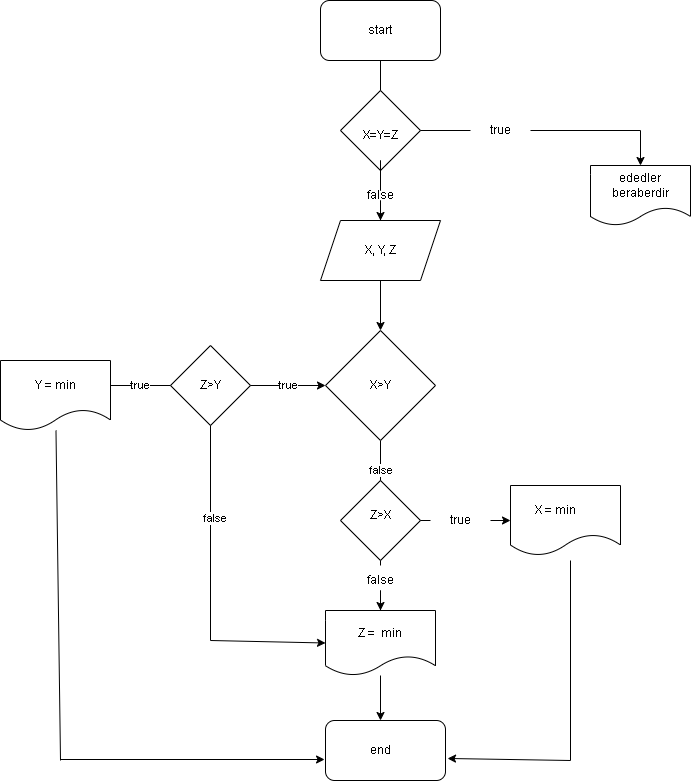
ellnara/hometask keeps this draw.io diagram as task2.png. Above is the earlier version. Source tidied: cells renumbered, new cells last; positions are measured from the earlier drawing's top-left corner, leaving out a move shared by most shapes.
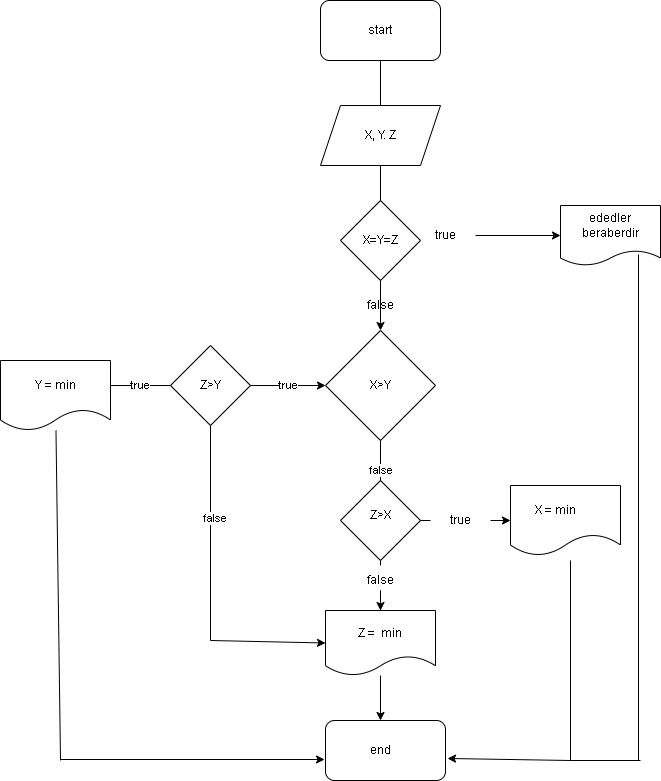
Later version of the same file.

The edit, as a diff of the source:
```diff
@@ -2,18 +2,12 @@
   <root>
     <mxCell id="0" />
     <mxCell id="1" parent="0" />
-    <mxCell id="2" style="edgeStyle=orthogonalEdgeStyle;rounded=0;jettySize=auto;html=1;startArrow=none;" parent="1" edge="1" source="35" target="5">
-      <mxGeometry relative="1" as="geometry" />
-    </mxCell>
     <mxCell id="3" style="rounded=1;whiteSpace=wrap;html=1;" parent="1" vertex="1">
       <mxGeometry x="320" width="120" height="60" as="geometry" />
     </mxCell>
-    <mxCell id="4" style="edgeStyle=orthogonalEdgeStyle;rounded=0;jettySize=auto;html=1;" parent="1" edge="1" source="5" target="7">
+    <mxCell id="4" style="edgeStyle=orthogonalEdgeStyle;rounded=0;jettySize=auto;html=1;startArrow=none;" parent="1" edge="1" source="32" target="7">
       <mxGeometry relative="1" as="geometry" />
     </mxCell>
-    <mxCell id="5" style="shape=parallelogram;perimeter=parallelogramPerimeter;whiteSpace=wrap;html=1;fixedSize=1;" parent="1" vertex="1">
-      <mxGeometry x="320" y="220" width="120" height="60" as="geometry" />
-    </mxCell>
     <mxCell id="6" value="false" style="edgeStyle=orthogonalEdgeStyle;rounded=0;jettySize=auto;html=1;" parent="1" edge="1" source="7" target="20">
       <mxGeometry relative="1" as="geometry" />
     </mxCell>
@@ -24,7 +18,7 @@
       <mxGeometry x="350" y="15" width="60" height="30" as="geometry" />
     </mxCell>
     <mxCell id="9" value="X, Y, Z" style="text;html=1;strokeColor=none;fillColor=none;align=center;verticalAlign=middle;whiteSpace=wrap;rounded=0;" parent="1" vertex="1">
-      <mxGeometry x="350" y="235" width="60" height="30" as="geometry" />
+      <mxGeometry x="350" y="105" width="60" height="30" as="geometry" />
     </mxCell>
     <mxCell id="10" value="X&amp;gt;Y" style="text;html=1;strokeColor=none;fillColor=none;align=center;verticalAlign=middle;whiteSpace=wrap;rounded=0;" parent="1" vertex="1">
       <mxGeometry x="350" y="370" width="60" height="30" as="geometry" />
@@ -89,32 +83,23 @@
     <mxCell id="26" style="edgeStyle=orthogonalEdgeStyle;rounded=0;jettySize=auto;html=1;startArrow=none;" parent="1" edge="1" source="30" target="28">
       <mxGeometry relative="1" as="geometry" />
     </mxCell>
-    <mxCell id="27" value="a=b=c" style="text;html=1;strokeColor=none;fillColor=none;align=center;verticalAlign=middle;whiteSpace=wrap;rounded=0;" parent="1" vertex="1">
-      <mxGeometry x="350" y="115" width="60" height="30" as="geometry" />
-    </mxCell>
-    <mxCell id="28" style="shape=document;whiteSpace=wrap;html=1;boundedLbl=1;" parent="1" vertex="1">
-      <mxGeometry x="590" y="165" width="100" height="60" as="geometry" />
+    <mxCell id="28" style="shape=document;whiteSpace=wrap;html=1;boundedLbl=1;size=0.25;" parent="1" vertex="1">
+      <mxGeometry x="560" y="205" width="100" height="60" as="geometry" />
     </mxCell>
     <mxCell id="29" value="ededler beraberdir" style="text;html=1;strokeColor=none;fillColor=none;align=center;verticalAlign=middle;whiteSpace=wrap;rounded=0;" parent="1" vertex="1">
-      <mxGeometry x="610" y="170" width="60" height="30" as="geometry" />
+      <mxGeometry x="580" y="210" width="60" height="30" as="geometry" />
     </mxCell>
     <mxCell id="30" value="true" style="text;html=1;strokeColor=none;fillColor=none;align=center;verticalAlign=middle;whiteSpace=wrap;rounded=0;" parent="1" vertex="1">
-      <mxGeometry x="470" y="115" width="60" height="30" as="geometry" />
+      <mxGeometry x="415" y="220" width="60" height="30" as="geometry" />
     </mxCell>
-    <mxCell id="31" style="edgeStyle=orthogonalEdgeStyle;rounded=0;jettySize=auto;html=1;endArrow=none;" parent="1" edge="1" source="27" target="30">
-      <mxGeometry relative="1" as="geometry" />
-    </mxCell>
-    <mxCell id="32" style="rhombus;whiteSpace=wrap;html=1;" parent="1" vertex="1">
-      <mxGeometry x="340" y="90" width="80" height="80" as="geometry" />
-    </mxCell>
     <mxCell id="33" style="edgeStyle=orthogonalEdgeStyle;rounded=0;jettySize=auto;html=1;endArrow=none;" parent="1" edge="1" source="3" target="32">
       <mxGeometry relative="1" as="geometry" />
     </mxCell>
     <mxCell id="34" value="X=Y=Z" style="text;html=1;strokeColor=none;fillColor=none;align=center;verticalAlign=middle;whiteSpace=wrap;rounded=0;" parent="1" vertex="1">
-      <mxGeometry x="350" y="120" width="60" height="30" as="geometry" />
+      <mxGeometry x="355" y="225" width="60" height="30" as="geometry" />
     </mxCell>
     <mxCell id="35" value="false" style="text;html=1;strokeColor=none;fillColor=none;align=center;verticalAlign=middle;whiteSpace=wrap;rounded=0;" parent="1" vertex="1">
-      <mxGeometry x="350" y="180" width="60" height="30" as="geometry" />
+      <mxGeometry x="350" y="290" width="60" height="30" as="geometry" />
     </mxCell>
     <mxCell id="36" style="edgeStyle=orthogonalEdgeStyle;rounded=0;jettySize=auto;html=1;startArrow=none;endArrow=none;" parent="1" edge="1" source="32" target="35">
       <mxGeometry relative="1" as="geometry" />
@@ -168,5 +153,25 @@
         <mxPoint x="60" y="760" as="sourcePoint" />
       </mxGeometry>
     </mxCell>
+    <mxCell id="32" style="rhombus;whiteSpace=wrap;html=1;" parent="1" vertex="1">
+      <mxGeometry x="340" y="200" width="80" height="80" as="geometry" />
+    </mxCell>
+    <mxCell id="49" value="X=Y=Z" style="text;html=1;strokeColor=none;fillColor=none;align=center;verticalAlign=middle;whiteSpace=wrap;rounded=0;" parent="1" vertex="1">
+      <mxGeometry x="350" y="225" width="60" height="30" as="geometry" />
+    </mxCell>
+    <mxCell id="50" value="X, Y. Z" style="shape=parallelogram;perimeter=parallelogramPerimeter;whiteSpace=wrap;html=1;fixedSize=1;" parent="1" vertex="1">
+      <mxGeometry x="320" y="105" width="120" height="60" as="geometry" />
+    </mxCell>
+    <mxCell id="51" style="endArrow=none;html=1;rounded=0;entryX=0.78;entryY=0.817;entryDx=0;entryDy=0;entryPerimeter=0;" parent="1" edge="1" target="28">
+      <mxGeometry relative="1" as="geometry">
+        <mxPoint x="638" y="760" as="sourcePoint" />
+      </mxGeometry>
+    </mxCell>
+    <mxCell id="52" style="endArrow=none;html=1;rounded=0;" parent="1" edge="1">
+      <mxGeometry relative="1" as="geometry">
+        <mxPoint x="570" y="760" as="sourcePoint" />
+        <mxPoint x="640" y="760" as="targetPoint" />
+      </mxGeometry>
+    </mxCell>
   </root>
 </mxGraphModel>
```
